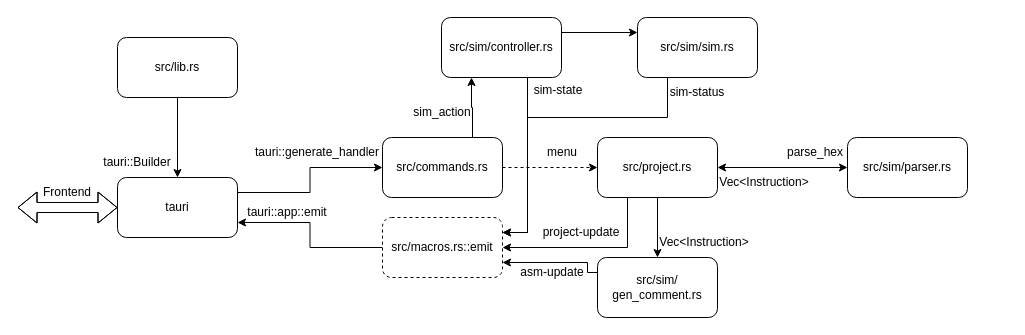
This is doc/be.drawio from Lazox12/avr-simulator-rs, a draw.io file, before an edit. Source tidied: cells renumbered, new cells numbered last; positions are measured from the earlier drawing's top-left corner, leaving out a move shared by most shapes. Both pictures are drawn from the tidied source at 100%, with x=0, y=0 at pixel (17, 17).
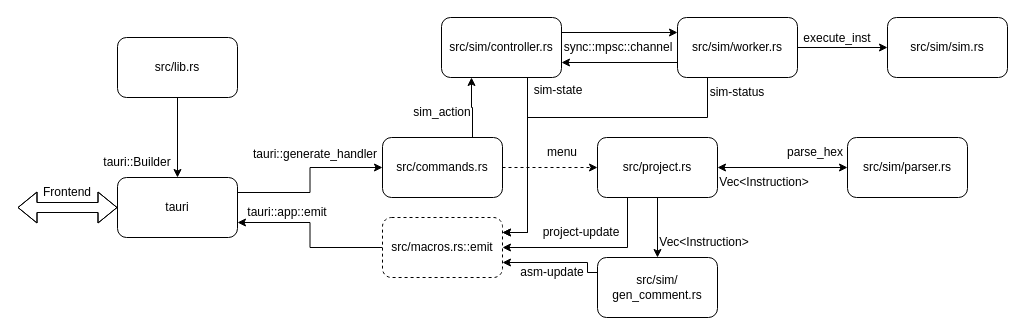
Above is the later version.

Unchanged cells that the change refers to:
```xml
<mxCell id="14" value="src/macros.rs::emit" style="rounded=1;whiteSpace=wrap;html=1;dashed=1;" parent="1" vertex="1">
  <mxGeometry x="365" y="200" width="120" height="60" as="geometry" />
</mxCell>
<mxCell id="31" value="src/sim/controller.rs" style="rounded=1;whiteSpace=wrap;html=1;" parent="1" vertex="1">
  <mxGeometry x="424" width="120" height="60" as="geometry" />
</mxCell>
```

Change to the diagram source:
```diff
@@
     <mxCell id="13" value="tauri::generate_handler" style="text;html=1;whiteSpace=wrap;strokeColor=none;fillColor=none;align=center;verticalAlign=middle;rounded=0;" parent="1" vertex="1">
-      <mxGeometry x="240" y="120" width="120" height="30" as="geometry" />
+      <mxGeometry x="238" y="122" width="120" height="30" as="geometry" />
     </mxCell>
@@
     <mxCell id="34" style="edgeStyle=orthogonalEdgeStyle;rounded=0;jettySize=auto;html=1;exitX=0.25;exitY=1;exitDx=0;exitDy=0;entryX=1;entryY=0.25;entryDx=0;entryDy=0;" parent="1" edge="1" source="35" target="14">
       <mxGeometry relative="1" as="geometry">
         <Array as="points">
-          <mxPoint x="650" y="100" />
+          <mxPoint x="690" y="100" />
           <mxPoint x="510" y="100" />
           <mxPoint x="510" y="215" />
         </Array>
       </mxGeometry>
     </mxCell>
+    <mxCell id="37" style="edgeStyle=orthogonalEdgeStyle;rounded=0;jettySize=auto;html=1;exitX=0;exitY=0.75;exitDx=0;exitDy=0;entryX=1;entryY=0.75;entryDx=0;entryDy=0;" parent="1" edge="1" source="35" target="31">
+      <mxGeometry relative="1" as="geometry" />
+    </mxCell>
+    <mxCell id="38" style="edgeStyle=orthogonalEdgeStyle;rounded=0;jettySize=auto;html=1;entryX=0;entryY=0.5;entryDx=0;entryDy=0;" parent="1" edge="1" source="35" target="40">
+      <mxGeometry relative="1" as="geometry" />
+    </mxCell>
-    <mxCell id="35" value="src/sim/sim.rs" style="rounded=1;whiteSpace=wrap;html=1;" parent="1" vertex="1">
-      <mxGeometry x="620" width="120" height="60" as="geometry" />
+    <mxCell id="35" value="src/sim/worker.rs" style="rounded=1;whiteSpace=wrap;html=1;" parent="1" vertex="1">
+      <mxGeometry x="660" width="120" height="60" as="geometry" />
     </mxCell>
     <mxCell id="36" value="sim-status" style="text;html=1;whiteSpace=wrap;strokeColor=none;fillColor=none;align=center;verticalAlign=middle;rounded=0;" parent="1" vertex="1">
-      <mxGeometry x="650" y="60" width="60" height="30" as="geometry" />
+      <mxGeometry x="690" y="60" width="60" height="30" as="geometry" />
     </mxCell>
+    <mxCell id="39" value="sync::mpsc::channel" style="text;html=1;whiteSpace=wrap;strokeColor=none;fillColor=none;align=center;verticalAlign=middle;rounded=0;" parent="1" vertex="1">
+      <mxGeometry x="571" y="15" width="60" height="30" as="geometry" />
+    </mxCell>
+    <mxCell id="40" value="src/sim/sim.rs" style="rounded=1;whiteSpace=wrap;html=1;" parent="1" vertex="1">
+      <mxGeometry x="870" width="120" height="60" as="geometry" />
+    </mxCell>
+    <mxCell id="41" value="execute_inst" style="text;html=1;whiteSpace=wrap;strokeColor=none;fillColor=none;align=center;verticalAlign=middle;rounded=0;" parent="1" vertex="1">
+      <mxGeometry x="790" y="6" width="60" height="30" as="geometry" />
+    </mxCell>
```
